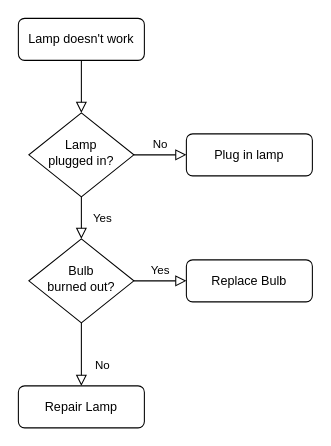
Earlier version of the draw.io diagram iPCoD flowchart.drawio (SMRU-Consulting-Github/LearningiPCoD). Source tidied: cells renumbered, new cells numbered last; positions are measured from the earlier drawing's top-left corner, leaving out a move shared by most shapes. Both pictures are drawn from the tidied source at 105%, with x=0, y=0 at pixel (18, 18).
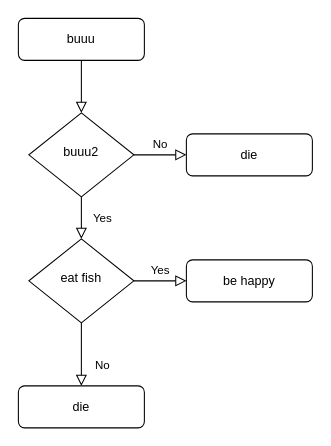
The same page after the edit.

Diff of the diagram source:
```diff
@@
 <mxGraphModel>
   <root>
     <mxCell id="0" />
     <mxCell id="1" parent="0" />
     <mxCell id="2" style="rounded=0;html=1;jettySize=auto;fontSize=11;endArrow=block;endFill=0;endSize=8;strokeWidth=1;shadow=0;labelBackgroundColor=none;edgeStyle=orthogonalEdgeStyle;" parent="1" edge="1" source="3" target="6">
       <mxGeometry relative="1" as="geometry" />
     </mxCell>
-    <mxCell id="3" value="Lamp doesn't work" style="rounded=1;whiteSpace=wrap;html=1;fontSize=12;glass=0;strokeWidth=1;shadow=0;" parent="1" vertex="1">
+    <mxCell id="3" value="buuu" style="rounded=1;whiteSpace=wrap;html=1;fontSize=12;glass=0;strokeWidth=1;shadow=0;" parent="1" vertex="1">
       <mxGeometry width="120" height="40" as="geometry" />
     </mxCell>
     <mxCell id="4" value="Yes" style="rounded=0;html=1;jettySize=auto;fontSize=11;endArrow=block;endFill=0;endSize=8;strokeWidth=1;shadow=0;labelBackgroundColor=none;edgeStyle=orthogonalEdgeStyle;" parent="1" edge="1" source="6" target="10">
       <mxGeometry y="20" relative="1" as="geometry" />
     </mxCell>
     <mxCell id="5" value="No" style="edgeStyle=orthogonalEdgeStyle;rounded=0;html=1;jettySize=auto;fontSize=11;endArrow=block;endFill=0;endSize=8;strokeWidth=1;shadow=0;labelBackgroundColor=none;" parent="1" edge="1" source="6" target="7">
       <mxGeometry y="10" relative="1" as="geometry" />
     </mxCell>
-    <mxCell id="6" value="Lamp&lt;br&gt;plugged in?" style="rhombus;whiteSpace=wrap;html=1;shadow=0;fontFamily=Helvetica;fontSize=12;align=center;strokeWidth=1;spacing=6;spacingTop=-4;" parent="1" vertex="1">
+    <mxCell id="6" value="buuu2" style="rhombus;whiteSpace=wrap;html=1;shadow=0;fontFamily=Helvetica;fontSize=12;align=center;strokeWidth=1;spacing=6;spacingTop=-4;" parent="1" vertex="1">
       <mxGeometry x="10" y="90" width="100" height="80" as="geometry" />
     </mxCell>
-    <mxCell id="7" value="Plug in lamp" style="rounded=1;whiteSpace=wrap;html=1;fontSize=12;glass=0;strokeWidth=1;shadow=0;" parent="1" vertex="1">
+    <mxCell id="7" value="die" style="rounded=1;whiteSpace=wrap;html=1;fontSize=12;glass=0;strokeWidth=1;shadow=0;" parent="1" vertex="1">
       <mxGeometry x="160" y="110" width="120" height="40" as="geometry" />
     </mxCell>
     <mxCell id="8" value="No" style="rounded=0;html=1;jettySize=auto;fontSize=11;endArrow=block;endFill=0;endSize=8;strokeWidth=1;shadow=0;labelBackgroundColor=none;edgeStyle=orthogonalEdgeStyle;" parent="1" edge="1" source="10" target="11">
       <mxGeometry x="0.33" y="20" relative="1" as="geometry" />
     </mxCell>
     <mxCell id="9" value="Yes" style="edgeStyle=orthogonalEdgeStyle;rounded=0;html=1;jettySize=auto;fontSize=11;endArrow=block;endFill=0;endSize=8;strokeWidth=1;shadow=0;labelBackgroundColor=none;" parent="1" edge="1" source="10" target="12">
       <mxGeometry y="10" relative="1" as="geometry" />
     </mxCell>
-    <mxCell id="10" value="Bulb&lt;br&gt;burned out?" style="rhombus;whiteSpace=wrap;html=1;shadow=0;fontFamily=Helvetica;fontSize=12;align=center;strokeWidth=1;spacing=6;spacingTop=-4;" parent="1" vertex="1">
+    <mxCell id="10" value="eat fish" style="rhombus;whiteSpace=wrap;html=1;shadow=0;fontFamily=Helvetica;fontSize=12;align=center;strokeWidth=1;spacing=6;spacingTop=-4;" parent="1" vertex="1">
       <mxGeometry x="10" y="210" width="100" height="80" as="geometry" />
     </mxCell>
-    <mxCell id="11" value="Repair Lamp" style="rounded=1;whiteSpace=wrap;html=1;fontSize=12;glass=0;strokeWidth=1;shadow=0;" parent="1" vertex="1">
+    <mxCell id="11" value="die" style="rounded=1;whiteSpace=wrap;html=1;fontSize=12;glass=0;strokeWidth=1;shadow=0;" parent="1" vertex="1">
       <mxGeometry y="350" width="120" height="40" as="geometry" />
     </mxCell>
-    <mxCell id="12" value="Replace Bulb" style="rounded=1;whiteSpace=wrap;html=1;fontSize=12;glass=0;strokeWidth=1;shadow=0;" parent="1" vertex="1">
+    <mxCell id="12" value="be happy" style="rounded=1;whiteSpace=wrap;html=1;fontSize=12;glass=0;strokeWidth=1;shadow=0;" parent="1" vertex="1">
       <mxGeometry x="160" y="230" width="120" height="40" as="geometry" />
     </mxCell>
   </root>
 </mxGraphModel>
```
